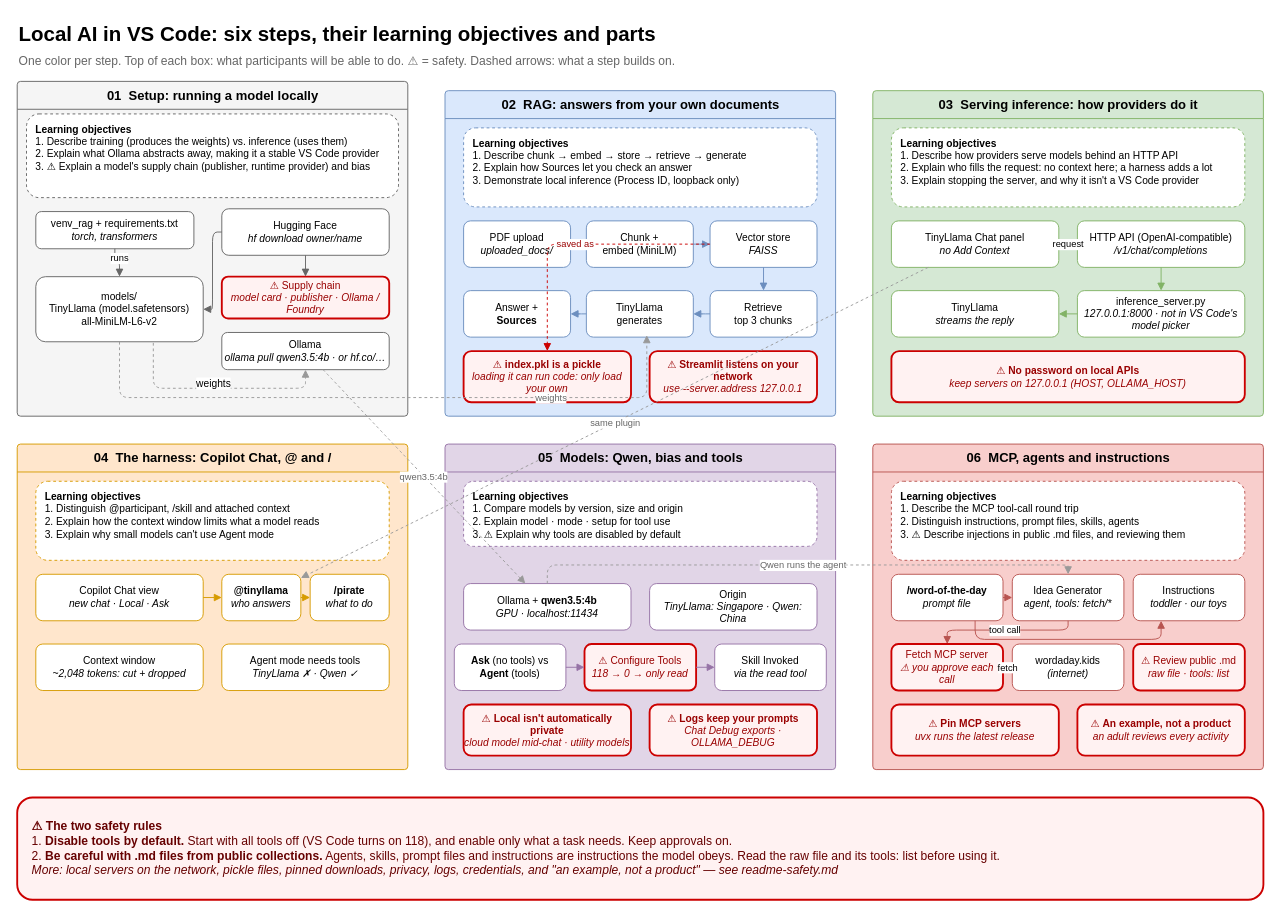
The draw.io diagram docs/learning-steps.drawio in sprintup/rag, before the edit. Source tidied: cells renumbered, new cells numbered last; positions are measured from the earlier drawing's top-left corner, leaving out a move shared by most shapes. Both pictures are drawn from the tidied source at 93%, with x=0, y=0 at pixel (17, 16).
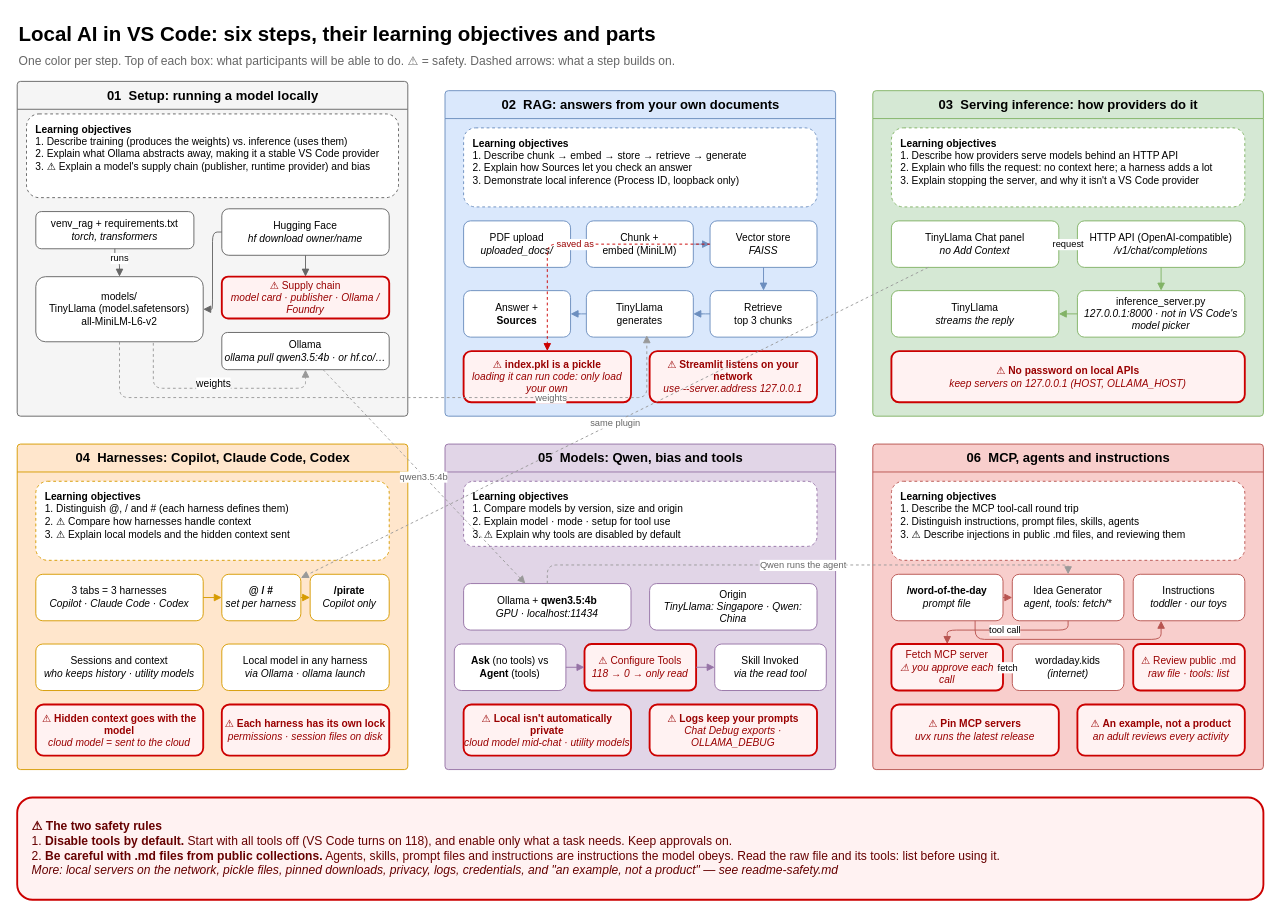
The same page after the edit.

Commit message (it also covers changes not shown here):
feat: custom harness

Change to the diagram source:
```diff
@@
-    <mxCell id="42" value="&lt;b&gt;04&lt;/b&gt;&amp;nbsp; The harness: Copilot Chat, @ and /" style="swimlane;html=1;startSize=30;fontSize=14;rounded=1;arcSize=4;fillColor=#ffe6cc;strokeColor=#d79b00;swimlaneFillColor=#ffe6cc;" parent="1" vertex="1">
+    <mxCell id="42" value="&lt;b&gt;04&lt;/b&gt;&amp;nbsp; Harnesses: Copilot, Claude Code, Codex" style="swimlane;html=1;startSize=30;fontSize=14;rounded=1;arcSize=4;fillColor=#ffe6cc;strokeColor=#d79b00;swimlaneFillColor=#ffe6cc;" parent="1" vertex="1">
       <mxGeometry y="460" width="420" height="350" as="geometry" />
     </mxCell>
-    <mxCell id="43" value="&lt;b&gt;Learning objectives&lt;/b&gt;&lt;br&gt;1. Distinguish @participant, /skill and attached context&lt;br&gt;2. Explain how the context window limits what a model reads&lt;br&gt;3. Explain why small models can't use Agent mode" style="rounded=1;whiteSpace=wrap;html=1;fontSize=11;align=left;verticalAlign=top;spacingLeft=8;spacingTop=4;fillColor=#ffffff;strokeColor=#d79b00;dashed=1;" parent="42" vertex="1">
+    <mxCell id="43" value="&lt;b&gt;Learning objectives&lt;/b&gt;&lt;br&gt;1. Distinguish @, / and # (each harness defines them)&lt;br&gt;2. ⚠ Compare how harnesses handle context&lt;br&gt;3. ⚠ Explain local models and the hidden context sent" style="rounded=1;whiteSpace=wrap;html=1;fontSize=11;align=left;verticalAlign=top;spacingLeft=8;spacingTop=4;fillColor=#ffffff;strokeColor=#d79b00;dashed=1;" parent="42" vertex="1">
       <mxGeometry x="20" y="40" width="380" height="85" as="geometry" />
     </mxCell>
-    <mxCell id="44" value="Copilot Chat view&lt;br&gt;&lt;i&gt;new chat · Local · Ask&lt;/i&gt;" style="rounded=1;whiteSpace=wrap;html=1;fontSize=11;fillColor=#ffffff;strokeColor=#d79b00;" parent="42" vertex="1">
+    <mxCell id="44" value="3 tabs = 3 harnesses&lt;br&gt;&lt;i&gt;Copilot · Claude Code · Codex&lt;/i&gt;" style="rounded=1;whiteSpace=wrap;html=1;fontSize=11;fillColor=#ffffff;strokeColor=#d79b00;" parent="42" vertex="1">
       <mxGeometry x="20" y="140" width="180" height="50" as="geometry" />
     </mxCell>
-    <mxCell id="45" value="&lt;b&gt;@tinyllama&lt;/b&gt;&lt;br&gt;&lt;i&gt;who answers&lt;/i&gt;" style="rounded=1;whiteSpace=wrap;html=1;fontSize=11;fillColor=#ffffff;strokeColor=#d79b00;" parent="42" vertex="1">
+    <mxCell id="45" value="&lt;b&gt;@ / #&lt;/b&gt;&lt;br&gt;&lt;i&gt;set per harness&lt;/i&gt;" style="rounded=1;whiteSpace=wrap;html=1;fontSize=11;fillColor=#ffffff;strokeColor=#d79b00;" parent="42" vertex="1">
       <mxGeometry x="220" y="140" width="85" height="50" as="geometry" />
     </mxCell>
-    <mxCell id="46" value="&lt;b&gt;/pirate&lt;/b&gt;&lt;br&gt;&lt;i&gt;what to do&lt;/i&gt;" style="rounded=1;whiteSpace=wrap;html=1;fontSize=11;fillColor=#ffffff;strokeColor=#d79b00;" parent="42" vertex="1">
+    <mxCell id="46" value="&lt;b&gt;/pirate&lt;/b&gt;&lt;br&gt;&lt;i&gt;Copilot only&lt;/i&gt;" style="rounded=1;whiteSpace=wrap;html=1;fontSize=11;fillColor=#ffffff;strokeColor=#d79b00;" parent="42" vertex="1">
       <mxGeometry x="315" y="140" width="85" height="50" as="geometry" />
     </mxCell>
-    <mxCell id="47" value="Context window&lt;br&gt;&lt;i&gt;~2,048 tokens: cut + dropped&lt;/i&gt;" style="rounded=1;whiteSpace=wrap;html=1;fontSize=11;fillColor=#ffffff;strokeColor=#d79b00;" parent="42" vertex="1">
+    <mxCell id="47" value="Sessions and context&lt;br&gt;&lt;i&gt;who keeps history · utility models&lt;/i&gt;" style="rounded=1;whiteSpace=wrap;html=1;fontSize=11;fillColor=#ffffff;strokeColor=#d79b00;" parent="42" vertex="1">
       <mxGeometry x="20" y="215" width="180" height="50" as="geometry" />
     </mxCell>
-    <mxCell id="48" value="Agent mode needs tools&lt;br&gt;&lt;i&gt;TinyLlama ✗ · Qwen ✓&lt;/i&gt;" style="rounded=1;whiteSpace=wrap;html=1;fontSize=11;fillColor=#ffffff;strokeColor=#d79b00;" parent="42" vertex="1">
+    <mxCell id="48" value="Local model in any harness&lt;br&gt;&lt;i&gt;via Ollama · ollama launch&lt;/i&gt;" style="rounded=1;whiteSpace=wrap;html=1;fontSize=11;fillColor=#ffffff;strokeColor=#d79b00;" parent="42" vertex="1">
       <mxGeometry x="220" y="215" width="180" height="50" as="geometry" />
     </mxCell>
+    <mxCell id="81" value="⚠ &lt;b&gt;Hidden context goes with the model&lt;/b&gt;&lt;br&gt;&lt;i&gt;cloud model = sent to the cloud&lt;/i&gt;" style="rounded=1;whiteSpace=wrap;html=1;fontSize=11;fillColor=#fff2f2;strokeColor=#cc0000;fontColor=#990000;strokeWidth=2;" parent="42" vertex="1">
+      <mxGeometry x="20" y="280" width="180" height="55" as="geometry" />
+    </mxCell>
+    <mxCell id="82" value="⚠ &lt;b&gt;Each harness has its own lock&lt;/b&gt;&lt;br&gt;&lt;i&gt;permissions · session files on disk&lt;/i&gt;" style="rounded=1;whiteSpace=wrap;html=1;fontSize=11;fillColor=#fff2f2;strokeColor=#cc0000;fontColor=#990000;strokeWidth=2;" parent="42" vertex="1">
+      <mxGeometry x="220" y="280" width="180" height="55" as="geometry" />
+    </mxCell>
```
